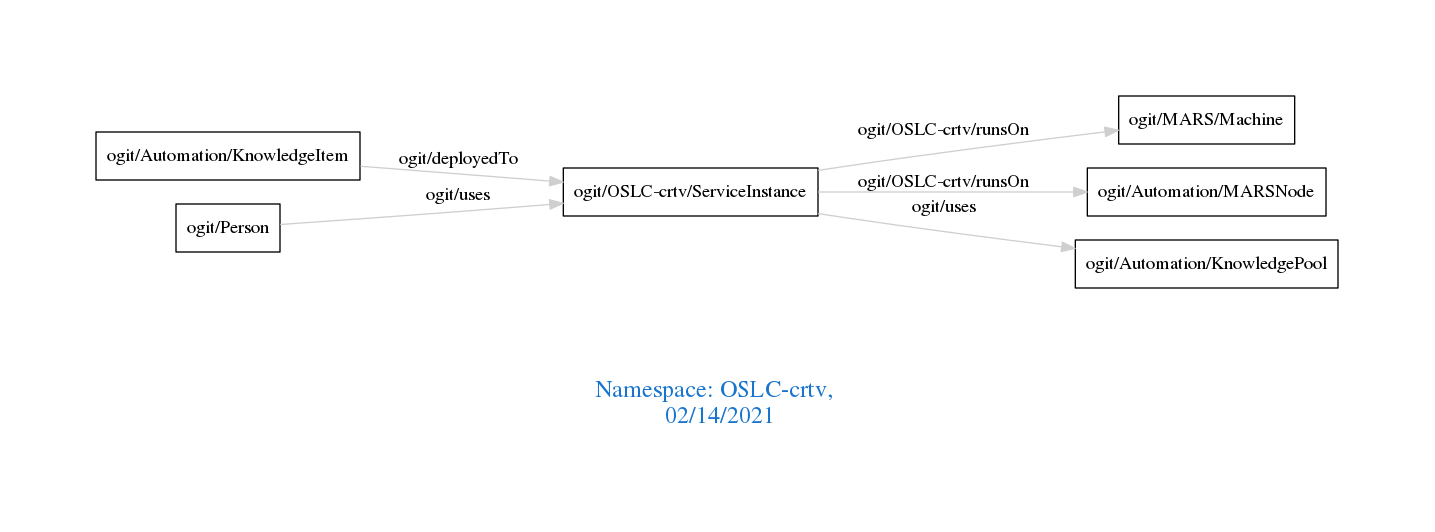
Earlier version of the Graphviz export downloads/OSLC-crtv.png (arago/OGIT). Its source is kept beside it as downloads/OSLC-crtv.dot.
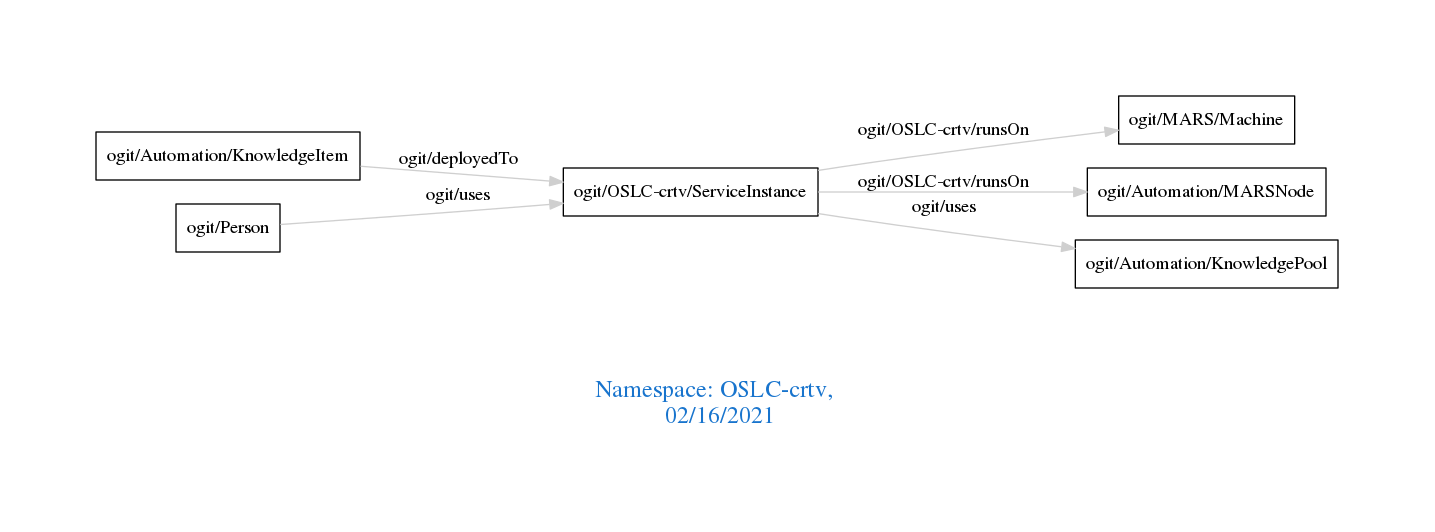
After the commit.

Change to the diagram source:
```diff
@@ -1,7 +1,7 @@
 digraph OGIT_ontology {
  graph [ rankdir= LR,pad=1
 fontsize = 18,
-fontcolor= dodgerblue3,label = "\n\n\nNamespace: OSLC-crtv, \n 02/14/2021"];
+fontcolor= dodgerblue3,label = "\n\n\nNamespace: OSLC-crtv, \n 02/16/2021"];
 node[shape=polygon];
 edge [  color="gray81"];
 
```
